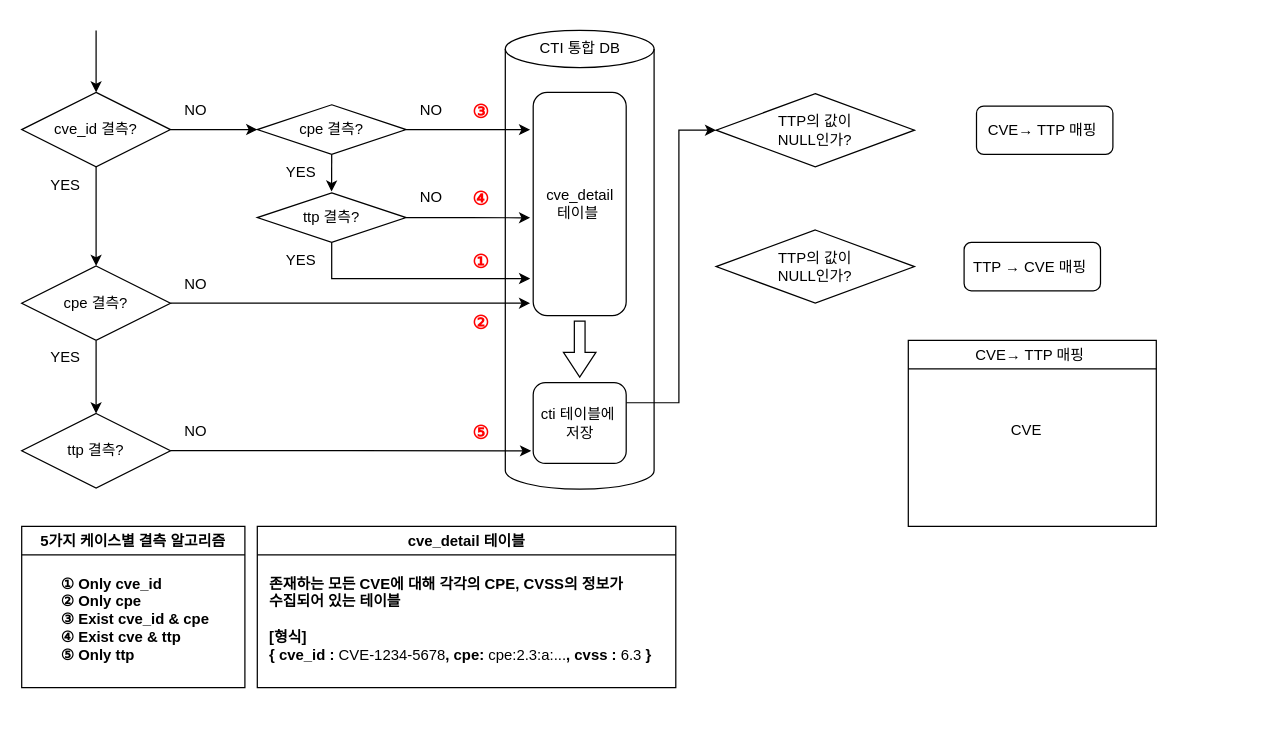
hyeonsu666/capston1 keeps this draw.io diagram as page "페이지-1" (1 of 3) of CTI-TTP매핑.drawio. Above is the earlier version. Source tidied: cells renumbered, new cells numbered last; positions are measured from the earlier drawing's top-left corner, leaving out a move shared by most shapes. Both pictures are drawn from the tidied source at 124%, with x=0, y=0 at pixel (21, 30).
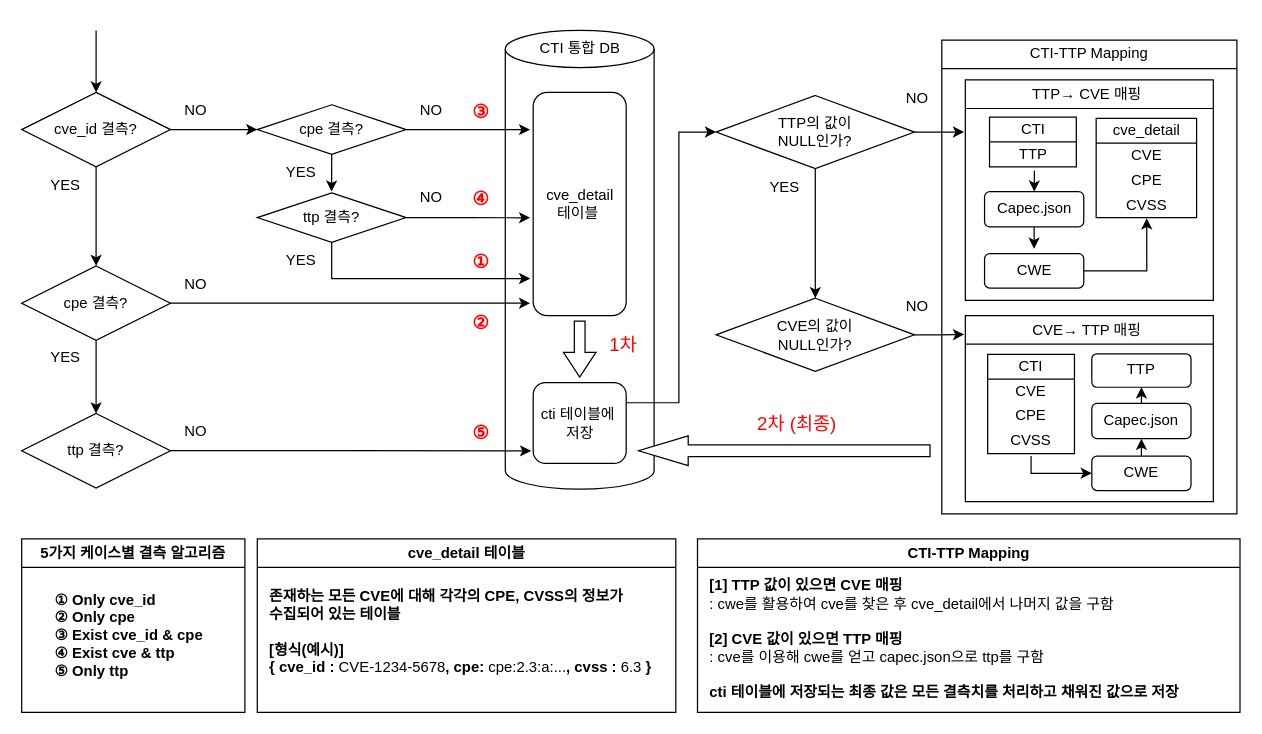
Above is the later version.

Commit message:
CTI-TTP매핑.drawio 업데이트

Unchanged cells that the change refers to:
```xml
<mxCell id="13" value="cti 테이블에&amp;nbsp;&lt;div&gt;저장&lt;/div&gt;" style="rounded=1;whiteSpace=wrap;html=1;" parent="1" vertex="1">
  <mxGeometry x="412.5" y="284" width="75" height="65.2" as="geometry" />
</mxCell>
```

Diff of the diagram source:
```diff
@@
     <mxCell id="12" style="edgeStyle=orthogonalEdgeStyle;rounded=0;jettySize=auto;html=1;exitX=1;exitY=0.25;exitDx=0;exitDy=0;entryX=0;entryY=0.5;entryDx=0;entryDy=0;" parent="1" edge="1" source="13" target="41">
       <mxGeometry relative="1" as="geometry">
         <Array as="points">
           <mxPoint x="530" y="300" />
-          <mxPoint x="530" y="81" />
+          <mxPoint x="530" y="82" />
         </Array>
       </mxGeometry>
     </mxCell>
@@
     <mxCell id="37" value="&lt;div style=&quot;font-weight: 400; text-align: left; text-wrap: nowrap;&quot;&gt;&lt;b&gt;5가지 케이스별 결측 알고리즘&lt;/b&gt;&lt;/div&gt;&lt;b style=&quot;text-align: left; text-wrap: nowrap;&quot;&gt;&lt;/b&gt;" style="swimlane;whiteSpace=wrap;html=1;" parent="1" vertex="1">
-      <mxGeometry y="400" width="180" height="130" as="geometry" />
+      <mxGeometry y="410" width="180" height="140" as="geometry" />
     </mxCell>
     <mxCell id="38" value="&lt;div&gt;&lt;b style=&quot;background-color: initial;&quot;&gt;①&amp;nbsp;Only cve_id&lt;/b&gt;&lt;br&gt;&lt;/div&gt;&lt;div&gt;&lt;b&gt;② Only&lt;span style=&quot;background-color: initial;&quot;&gt;&amp;nbsp;&lt;/span&gt;&lt;span style=&quot;background-color: initial;&quot;&gt;cpe&lt;/span&gt;&lt;/b&gt;&lt;/div&gt;&lt;div&gt;&lt;b&gt;&lt;span style=&quot;background-color: initial;&quot;&gt;③&amp;nbsp;&lt;/span&gt;Exist cve_id &amp;amp; cpe&lt;/b&gt;&lt;/div&gt;&lt;div&gt;&lt;b&gt;&lt;span style=&quot;background-color: initial;&quot;&gt;④&amp;nbsp;&lt;/span&gt;Exist cve &amp;amp; ttp&lt;/b&gt;&lt;/div&gt;&lt;div&gt;&lt;b&gt;&lt;span style=&quot;background-color: initial;&quot;&gt;⑤&amp;nbsp;&lt;/span&gt;Only&lt;span style=&quot;background-color: initial;&quot;&gt;&amp;nbsp;ttp&lt;/span&gt;&lt;/b&gt;&lt;/div&gt;" style="text;html=1;align=left;verticalAlign=middle;strokeColor=none;fillColor=none;" parent="37" vertex="1">
-      <mxGeometry x="30" y="30" width="140" height="90" as="geometry" />
+      <mxGeometry x="25" y="33" width="140" height="90" as="geometry" />
     </mxCell>
     <mxCell id="39" value="&lt;div style=&quot;text-align: left; text-wrap: nowrap;&quot;&gt;cve_detail 테이블&lt;/div&gt;&lt;b style=&quot;text-align: left; text-wrap: nowrap;&quot;&gt;&lt;/b&gt;" style="swimlane;whiteSpace=wrap;html=1;" parent="1" vertex="1">
-      <mxGeometry x="190" y="400" width="337.5" height="130" as="geometry" />
+      <mxGeometry x="190" y="410" width="337.5" height="140" as="geometry" />
     </mxCell>
-    <mxCell id="40" value="&lt;div&gt;&lt;b&gt;존재하는 모든 CVE에 대해 각각의 CPE, CVSS의 정보가&amp;nbsp;&lt;/b&gt;&lt;/div&gt;&lt;div&gt;&lt;b style=&quot;background-color: initial;&quot;&gt;수집되어 있는 테이블&amp;nbsp;&lt;/b&gt;&lt;/div&gt;&lt;div&gt;&lt;b&gt;&lt;br&gt;&lt;/b&gt;&lt;/div&gt;&lt;div&gt;&lt;b&gt;[형식]&lt;/b&gt;&lt;/div&gt;&lt;div&gt;&lt;b&gt;{ cve_id : &lt;/b&gt;CVE-1234-5678&lt;b&gt;, cpe: &lt;/b&gt;cpe:2.3:a:...&lt;b&gt;, cvss : &lt;/b&gt;6.3&lt;b&gt; }&lt;br&gt;&lt;/b&gt;&lt;/div&gt;" style="text;html=1;align=left;verticalAlign=middle;strokeColor=none;fillColor=none;" parent="39" vertex="1">
+    <mxCell id="40" value="&lt;div&gt;&lt;b&gt;존재하는 모든 CVE에 대해 각각의 CPE, CVSS의 정보가&amp;nbsp;&lt;/b&gt;&lt;/div&gt;&lt;div&gt;&lt;b style=&quot;background-color: initial;&quot;&gt;수집되어 있는 테이블&amp;nbsp;&lt;/b&gt;&lt;/div&gt;&lt;div&gt;&lt;b&gt;&lt;br&gt;&lt;/b&gt;&lt;/div&gt;&lt;div&gt;&lt;b&gt;[형식(예시)]&lt;/b&gt;&lt;/div&gt;&lt;div&gt;&lt;b&gt;{ cve_id : &lt;/b&gt;CVE-1234-5678&lt;b&gt;, cpe: &lt;/b&gt;cpe:2.3:a:...&lt;b&gt;, cvss : &lt;/b&gt;6.3&lt;b&gt; }&lt;br&gt;&lt;/b&gt;&lt;/div&gt;" style="text;html=1;align=left;verticalAlign=middle;strokeColor=none;fillColor=none;" parent="39" vertex="1">
       <mxGeometry x="7.5" y="30" width="330" height="90" as="geometry" />
     </mxCell>
+    <mxCell id="47" style="edgeStyle=orthogonalEdgeStyle;rounded=0;jettySize=auto;html=1;exitX=0.5;exitY=1;exitDx=0;exitDy=0;entryX=0.5;entryY=0;entryDx=0;entryDy=0;" parent="1" edge="1" source="41" target="42">
+      <mxGeometry relative="1" as="geometry" />
+    </mxCell>
+    <mxCell id="48" style="edgeStyle=orthogonalEdgeStyle;rounded=0;jettySize=auto;html=1;exitX=1;exitY=0.5;exitDx=0;exitDy=0;" parent="1" edge="1" source="41">
+      <mxGeometry relative="1" as="geometry">
+        <mxPoint x="760" y="82" as="targetPoint" />
+      </mxGeometry>
+    </mxCell>
     <mxCell id="41" value="TTP의 값이&lt;div&gt;NULL인가?&lt;/div&gt;" style="rhombus;whiteSpace=wrap;html=1;" parent="1" vertex="1">
-      <mxGeometry x="560" y="51" width="160" height="59" as="geometry" />
+      <mxGeometry x="560" y="52.5" width="160" height="59" as="geometry" />
     </mxCell>
+    <mxCell id="49" style="edgeStyle=orthogonalEdgeStyle;rounded=0;jettySize=auto;html=1;exitX=1;exitY=0.5;exitDx=0;exitDy=0;" parent="1" edge="1" source="42">
+      <mxGeometry relative="1" as="geometry">
+        <mxPoint x="760" y="245.3" as="targetPoint" />
+      </mxGeometry>
+    </mxCell>
-    <mxCell id="42" value="TTP의 값이&lt;div&gt;NULL인가?&lt;/div&gt;" style="rhombus;whiteSpace=wrap;html=1;" parent="1" vertex="1">
-      <mxGeometry x="560" y="161" width="160" height="59" as="geometry" />
+    <mxCell id="42" value="CVE의 값이&lt;div&gt;NULL인가?&lt;/div&gt;" style="rhombus;whiteSpace=wrap;html=1;" parent="1" vertex="1">
+      <mxGeometry x="560" y="216" width="160" height="59" as="geometry" />
     </mxCell>
-    <mxCell id="43" value="&lt;div&gt;CVE→ TTP 매핑&amp;nbsp;&lt;/div&gt;" style="rounded=1;whiteSpace=wrap;html=1;" parent="1" vertex="1">
-      <mxGeometry x="770" y="61" width="110" height="39" as="geometry" />
-    </mxCell>
-    <mxCell id="44" value="&lt;div&gt;TTP → CVE 매핑&amp;nbsp;&lt;/div&gt;" style="rounded=1;whiteSpace=wrap;html=1;" parent="1" vertex="1">
-      <mxGeometry x="760" y="171" width="110" height="39" as="geometry" />
-    </mxCell>
+    <mxCell id="50" value="&lt;span style=&quot;font-weight: normal;&quot;&gt;CTI-TTP Mapping&lt;/span&gt;" style="swimlane;whiteSpace=wrap;html=1;startSize=23;" parent="1" vertex="1">
+      <mxGeometry x="742" y="7.8" width="238" height="382.2" as="geometry" />
+    </mxCell>
+    <mxCell id="51" value="&lt;span style=&quot;font-weight: 400;&quot;&gt;TTP→ CVE 매핑&amp;nbsp;&lt;/span&gt;" style="swimlane;whiteSpace=wrap;html=1;" parent="50" vertex="1">
+      <mxGeometry x="19" y="32.2" width="200" height="177.8" as="geometry" />
+    </mxCell>
+    <mxCell id="52" value="CTI" style="swimlane;fontStyle=0;horizontal=1;startSize=20;whiteSpace=wrap;html=1;" parent="51" vertex="1">
+      <mxGeometry x="19.5" y="30" width="70" height="40" as="geometry" />
+    </mxCell>
+    <mxCell id="53" value="TTP" style="text;strokeColor=none;fillColor=none;align=center;verticalAlign=middle;spacingLeft=4;spacingRight=4;overflow=hidden;points=[[0,0.5],[1,0.5]];portConstraint=eastwest;whiteSpace=wrap;html=1;" parent="52" vertex="1">
+      <mxGeometry y="20" width="70" height="20" as="geometry" />
+    </mxCell>
+    <mxCell id="54" value="CWE" style="rounded=1;whiteSpace=wrap;html=1;" parent="51" vertex="1">
+      <mxGeometry x="15.5" y="140" width="80" height="27.8" as="geometry" />
+    </mxCell>
+    <mxCell id="55" value="Capec.json" style="rounded=1;whiteSpace=wrap;html=1;" parent="51" vertex="1">
+      <mxGeometry x="15.5" y="90" width="80" height="28.5" as="geometry" />
+    </mxCell>
+    <mxCell id="56" style="endArrow=classic;html=1;rounded=0;exitX=0.517;exitY=1.15;exitDx=0;exitDy=0;exitPerimeter=0;" parent="51" edge="1" source="53" target="55">
+      <mxGeometry relative="1" as="geometry" />
+    </mxCell>
+    <mxCell id="57" style="edgeStyle=orthogonalEdgeStyle;rounded=0;jettySize=auto;html=1;exitX=0.5;exitY=1;exitDx=0;exitDy=0;entryX=0.499;entryY=-0.139;entryDx=0;entryDy=0;entryPerimeter=0;" parent="51" edge="1" source="55" target="54">
+      <mxGeometry relative="1" as="geometry" />
+    </mxCell>
+    <mxCell id="58" value="cve_detail" style="swimlane;fontStyle=0;horizontal=1;startSize=20;whiteSpace=wrap;html=1;" parent="50" vertex="1">
+      <mxGeometry x="124.5" y="63.2" width="81" height="80" as="geometry" />
+    </mxCell>
+    <mxCell id="59" value="CVE" style="text;strokeColor=none;fillColor=none;align=center;verticalAlign=middle;spacingLeft=4;spacingRight=4;overflow=hidden;whiteSpace=wrap;html=1;" parent="58" vertex="1">
+      <mxGeometry y="20" width="81" height="20" as="geometry" />
+    </mxCell>
+    <mxCell id="60" value="CPE" style="text;strokeColor=none;fillColor=none;align=center;verticalAlign=middle;spacingLeft=4;spacingRight=4;overflow=hidden;whiteSpace=wrap;html=1;" parent="58" vertex="1">
+      <mxGeometry y="40" width="81" height="20" as="geometry" />
+    </mxCell>
+    <mxCell id="61" value="CVSS" style="text;strokeColor=none;fillColor=none;align=center;verticalAlign=middle;spacingLeft=4;spacingRight=4;overflow=hidden;points=[[0,0.5],[1,0.5]];portConstraint=eastwest;whiteSpace=wrap;html=1;" parent="58" vertex="1">
+      <mxGeometry y="60" width="81" height="20" as="geometry" />
+    </mxCell>
+    <mxCell id="62" style="edgeStyle=orthogonalEdgeStyle;rounded=0;jettySize=auto;html=1;exitX=0.5;exitY=1.1;exitDx=0;exitDy=0;exitPerimeter=0;entryX=0;entryY=0.5;entryDx=0;entryDy=0;" parent="50" edge="1" source="66" target="68">
+      <mxGeometry relative="1" as="geometry">
+        <Array as="points">
+          <mxPoint x="72" y="349.2" />
+        </Array>
+      </mxGeometry>
+    </mxCell>
+    <mxCell id="63" value="CTI" style="swimlane;fontStyle=0;horizontal=1;startSize=20;whiteSpace=wrap;html=1;" parent="50" vertex="1">
+      <mxGeometry x="37" y="253.5" width="70" height="80" as="geometry" />
+    </mxCell>
+    <mxCell id="64" value="CVE" style="text;strokeColor=none;fillColor=none;align=center;verticalAlign=middle;spacingLeft=4;spacingRight=4;overflow=hidden;whiteSpace=wrap;html=1;" parent="63" vertex="1">
+      <mxGeometry y="20" width="70" height="20" as="geometry" />
+    </mxCell>
+    <mxCell id="65" value="CPE" style="text;strokeColor=none;fillColor=none;align=center;verticalAlign=middle;spacingLeft=4;spacingRight=4;overflow=hidden;whiteSpace=wrap;html=1;" parent="63" vertex="1">
+      <mxGeometry y="40" width="70" height="20" as="geometry" />
+    </mxCell>
+    <mxCell id="66" value="CVSS" style="text;strokeColor=none;fillColor=none;align=center;verticalAlign=middle;spacingLeft=4;spacingRight=4;overflow=hidden;points=[[0,0.5],[1,0.5]];portConstraint=eastwest;whiteSpace=wrap;html=1;" parent="63" vertex="1">
+      <mxGeometry y="60" width="70" height="20" as="geometry" />
+    </mxCell>
+    <mxCell id="67" value="TTP" style="rounded=1;whiteSpace=wrap;html=1;" parent="50" vertex="1">
+      <mxGeometry x="121" y="253" width="80" height="27" as="geometry" />
+    </mxCell>
+    <mxCell id="68" value="CWE" style="rounded=1;whiteSpace=wrap;html=1;" parent="50" vertex="1">
+      <mxGeometry x="121" y="335.5" width="80" height="27.8" as="geometry" />
+    </mxCell>
+    <mxCell id="69" value="Capec.json" style="rounded=1;whiteSpace=wrap;html=1;" parent="50" vertex="1">
+      <mxGeometry x="121" y="293" width="80" height="28.5" as="geometry" />
+    </mxCell>
+    <mxCell id="70" style="edgeStyle=orthogonalEdgeStyle;rounded=0;jettySize=auto;html=1;exitX=0.5;exitY=0;exitDx=0;exitDy=0;entryX=0.5;entryY=1;entryDx=0;entryDy=0;" parent="50" edge="1" source="68" target="69">
+      <mxGeometry relative="1" as="geometry" />
+    </mxCell>
+    <mxCell id="71" style="edgeStyle=orthogonalEdgeStyle;rounded=0;jettySize=auto;html=1;exitX=0.5;exitY=0;exitDx=0;exitDy=0;entryX=0.5;entryY=1;entryDx=0;entryDy=0;" parent="50" edge="1" source="69" target="67">
+      <mxGeometry relative="1" as="geometry" />
+    </mxCell>
-    <mxCell id="45" value="&lt;span style=&quot;font-weight: 400;&quot;&gt;CVE→ TTP 매핑&amp;nbsp;&lt;/span&gt;" style="swimlane;whiteSpace=wrap;html=1;" parent="1" vertex="1">
-      <mxGeometry x="715" y="250" width="200" height="150" as="geometry" />
+    <mxCell id="45" value="&lt;span style=&quot;font-weight: 400;&quot;&gt;CVE→ TTP 매핑&amp;nbsp;&lt;/span&gt;" style="swimlane;whiteSpace=wrap;html=1;" parent="50" vertex="1">
+      <mxGeometry x="19" y="222.2" width="200" height="150" as="geometry" />
     </mxCell>
-    <mxCell id="46" value="CVE" style="text;html=1;align=center;verticalAlign=middle;strokeColor=none;fillColor=none;" parent="1" vertex="1">
-      <mxGeometry x="785" y="308" width="50" height="30" as="geometry" />
-    </mxCell>
+    <mxCell id="72" style="edgeStyle=orthogonalEdgeStyle;rounded=0;jettySize=auto;html=1;exitX=1;exitY=0.5;exitDx=0;exitDy=0;entryX=0.504;entryY=1.029;entryDx=0;entryDy=0;entryPerimeter=0;" parent="50" edge="1" source="54" target="61">
+      <mxGeometry relative="1" as="geometry" />
+    </mxCell>
+    <mxCell id="73" value="NO" style="text;html=1;align=center;verticalAlign=middle;strokeColor=none;fillColor=none;" parent="1" vertex="1">
+      <mxGeometry x="702" y="40" width="40" height="30" as="geometry" />
+    </mxCell>
+    <mxCell id="74" value="NO" style="text;html=1;align=center;verticalAlign=middle;strokeColor=none;fillColor=none;" parent="1" vertex="1">
+      <mxGeometry x="702" y="208" width="40" height="30" as="geometry" />
+    </mxCell>
+    <mxCell id="75" value="YES" style="text;html=1;align=center;verticalAlign=middle;strokeColor=none;fillColor=none;" parent="1" vertex="1">
+      <mxGeometry x="590" y="111.5" width="50" height="30" as="geometry" />
+    </mxCell>
+    <mxCell id="76" value="&lt;div style=&quot;text-align: left; text-wrap: nowrap;&quot;&gt;CTI-TTP Mapping&lt;/div&gt;&lt;b style=&quot;text-align: left; text-wrap: nowrap;&quot;&gt;&lt;/b&gt;" style="swimlane;whiteSpace=wrap;html=1;" parent="1" vertex="1">
+      <mxGeometry x="545" y="410" width="437.5" height="140" as="geometry" />
+    </mxCell>
+    <mxCell id="77" value="&lt;b&gt;[1] TTP 값이 있으면 CVE 매핑&amp;nbsp;&lt;/b&gt;&lt;div&gt;: cwe를 활용하여 cve를 찾은 후 cve_detail에서 나머지 값을 구함&lt;div&gt;&lt;b&gt;&lt;br&gt;&lt;/b&gt;&lt;/div&gt;&lt;div&gt;&lt;b&gt;[2] CVE 값이 있으면 TTP 매핑&lt;/b&gt;&lt;/div&gt;&lt;div&gt;: cve를 이용해 cwe를 얻고 capec.json으로 ttp를 구함&amp;nbsp;&lt;/div&gt;&lt;div&gt;&lt;b&gt;&lt;br&gt;&lt;/b&gt;&lt;/div&gt;&lt;div&gt;&lt;b&gt;cti 테이블에 저장되는 최종 값은 모든 결측치를 처리하고 채워진 값으로 저장&lt;/b&gt;&lt;/div&gt;&lt;/div&gt;" style="text;html=1;align=left;verticalAlign=middle;strokeColor=none;fillColor=none;" parent="76" vertex="1">
+      <mxGeometry x="7.5" y="26" width="430" height="110" as="geometry" />
+    </mxCell>
+    <mxCell id="78" style="html=1;shadow=0;dashed=0;align=center;verticalAlign=middle;shape=mxgraph.arrows2.arrow;dy=0.6;dx=40;flipH=1;notch=0;" parent="1" vertex="1">
+      <mxGeometry x="497.5" y="327" width="235" height="24" as="geometry" />
+    </mxCell>
+    <mxCell id="79" value="&lt;font color=&quot;#ff0000&quot; style=&quot;font-size: 15px;&quot;&gt;1차&lt;/font&gt;" style="text;html=1;align=center;verticalAlign=middle;strokeColor=none;fillColor=none;" parent="1" vertex="1">
+      <mxGeometry x="460" y="238" width="50" height="30" as="geometry" />
+    </mxCell>
+    <mxCell id="80" value="&lt;font color=&quot;#ff0000&quot; style=&quot;font-size: 15px;&quot;&gt;2차 (최종)&lt;/font&gt;" style="text;html=1;align=center;verticalAlign=middle;strokeColor=none;fillColor=none;" parent="1" vertex="1">
+      <mxGeometry x="580" y="301.6" width="90" height="30" as="geometry" />
+    </mxCell>
```
